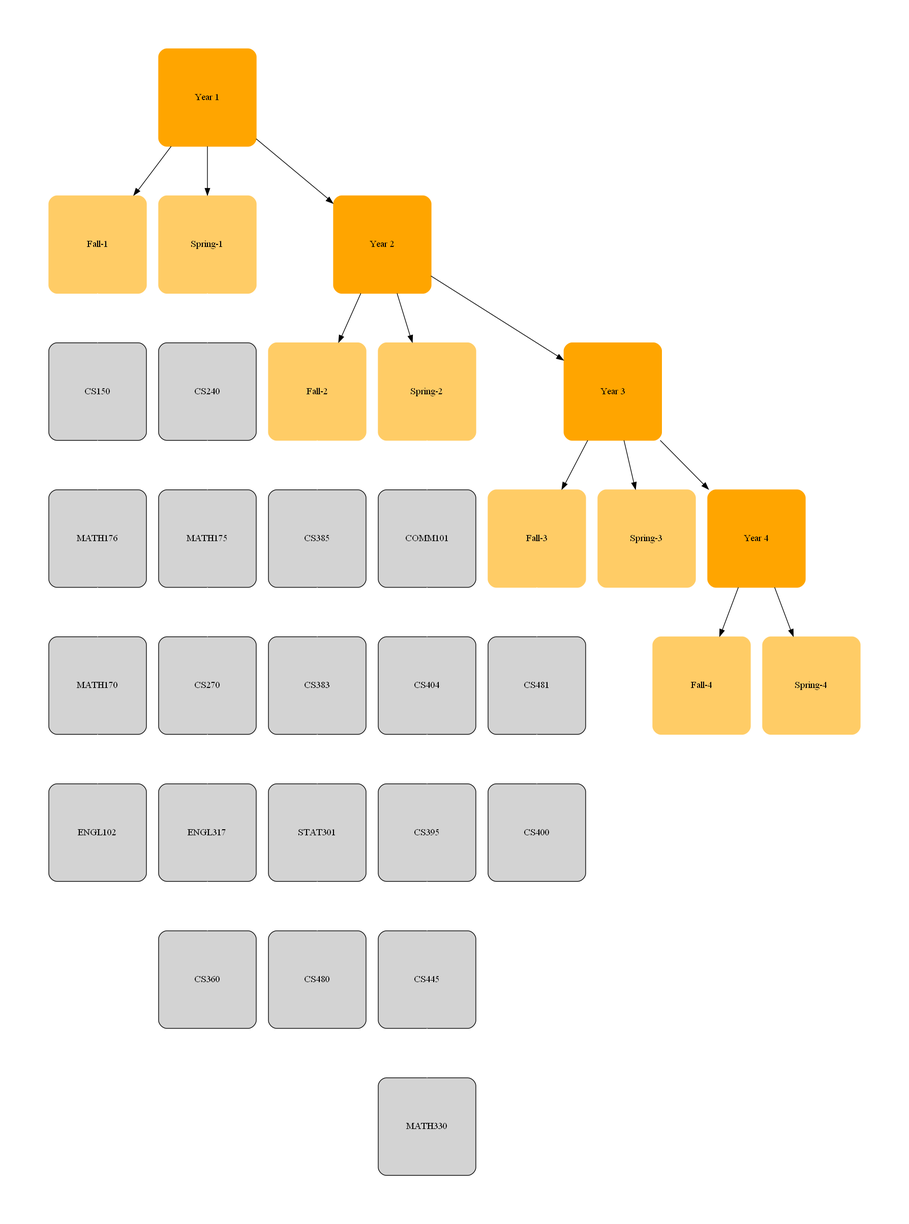
badgerlaxman/ProViso2023 keeps this Graphviz diagram as ProvisoLaravel/public/images/recommendationsgraph.png. Above is the earlier version. Its source is kept beside it as ProvisoLaravel/public/dotfiles/recommendationsgraph.dot.
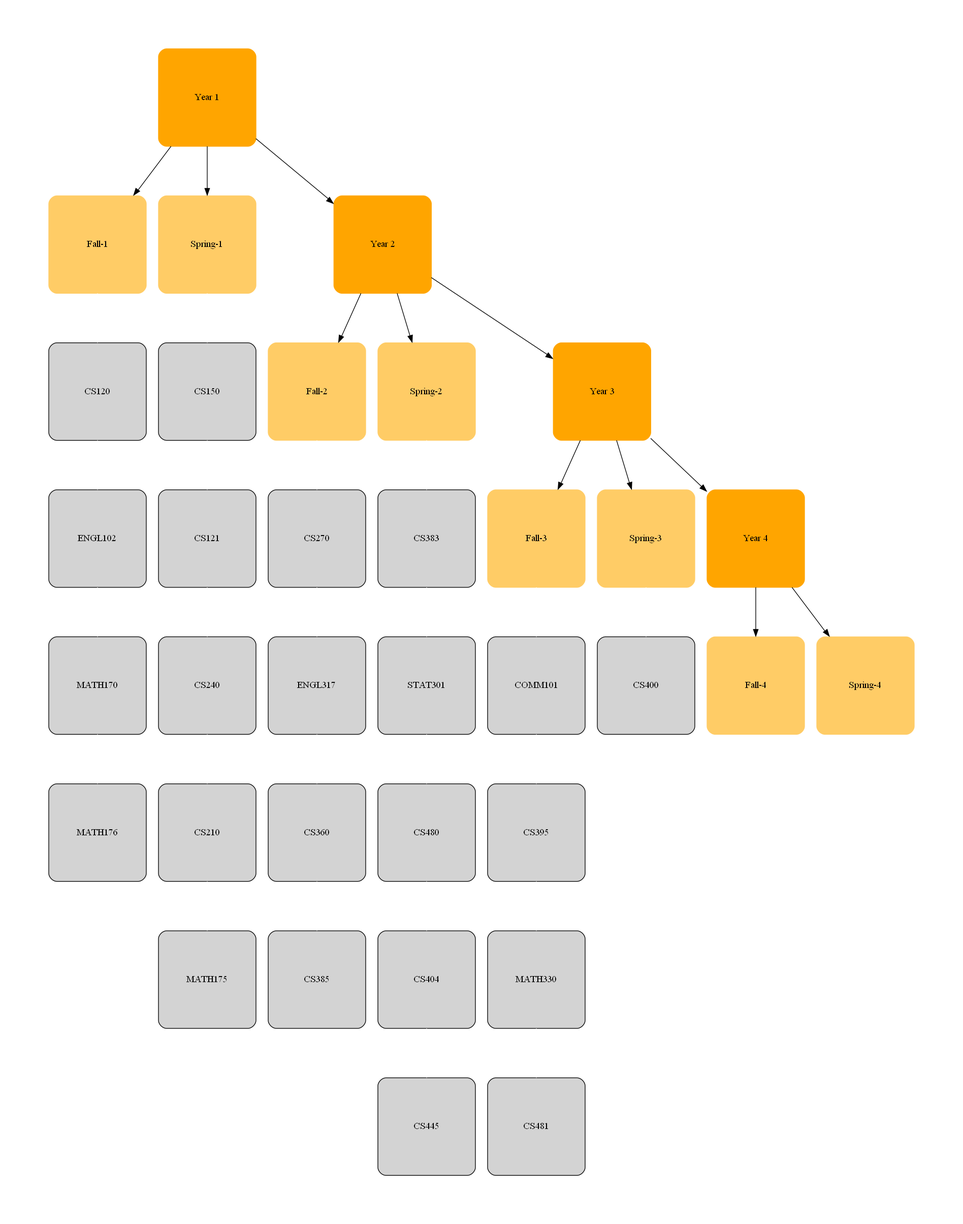
The same diagram one commit later.

Change to the diagram source:
```diff
@@ -25,24 +25,27 @@
   "Year 3" -> "Year 4"
   "Year 4" -> "Fall-4"
   "Year 4" -> "Spring-4"
-  "Fall-1" -> "CS150" [color="white"]
-  "CS150" -> "MATH176" [color="white"]
-  "MATH176" -> "MATH170" [color="white"]
-  "MATH170" -> "ENGL102" [color="white"]
-  "Spring-1" -> "CS240" [color="white"]
-  "CS240" -> "MATH175" [color="white"]
-  "MATH175" -> "CS270" [color="white"]
+  "Fall-1" -> "CS120" [color="white"]
+  "CS120" -> "ENGL102" [color="white"]
+  "ENGL102" -> "MATH170" [color="white"]
+  "MATH170" -> "MATH176" [color="white"]
+  "Spring-1" -> "CS150" [color="white"]
+  "CS150" -> "CS121" [color="white"]
+  "CS121" -> "CS240" [color="white"]
+  "CS240" -> "CS210" [color="white"]
+  "CS210" -> "MATH175" [color="white"]
+  "Fall-2" -> "CS270" [color="white"]
   "CS270" -> "ENGL317" [color="white"]
   "ENGL317" -> "CS360" [color="white"]
-  "Fall-2" -> "CS385" [color="white"]
-  "CS385" -> "CS383" [color="white"]
+  "CS360" -> "CS385" [color="white"]
+  "Spring-2" -> "CS383" [color="white"]
   "CS383" -> "STAT301" [color="white"]
   "STAT301" -> "CS480" [color="white"]
-  "Spring-2" -> "COMM101" [color="white"]
-  "COMM101" -> "CS404" [color="white"]
-  "CS404" -> "CS395" [color="white"]
-  "CS395" -> "CS445" [color="white"]
-  "CS445" -> "MATH330" [color="white"]
-  "Fall-3" -> "CS481" [color="white"]
-  "CS481" -> "CS400" [color="white"]
+  "CS480" -> "CS404" [color="white"]
+  "CS404" -> "CS445" [color="white"]
+  "Fall-3" -> "COMM101" [color="white"]
+  "COMM101" -> "CS395" [color="white"]
+  "CS395" -> "MATH330" [color="white"]
+  "MATH330" -> "CS481" [color="white"]
+  "Spring-3" -> "CS400" [color="white"]
 }
```
